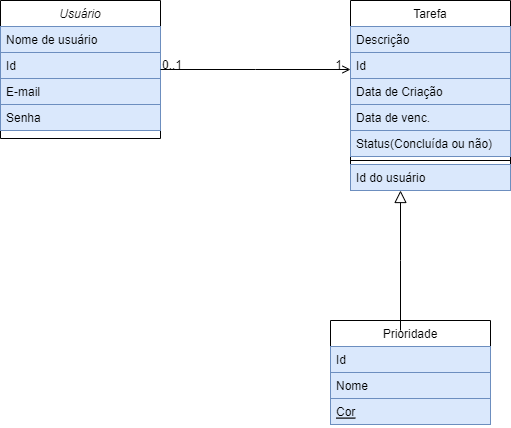
Kawanpacheco/POOunemat keeps this draw.io diagram as Diagrama da poo.drawio.png. Above is the earlier version. Source tidied: cells renumbered, new cells last; positions are measured from the earlier drawing's top-left corner, leaving out a move shared by most shapes.
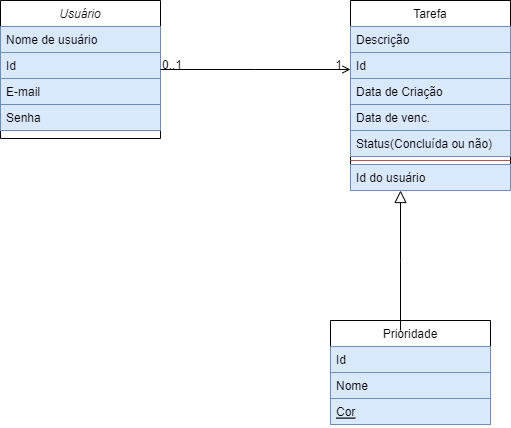
Above is the later version.

Change to the diagram source:
```diff
@@ -47,7 +47,7 @@
     <mxCell id="16" value="Status(Concluída ou não)" style="text;align=left;verticalAlign=top;spacingLeft=4;spacingRight=4;overflow=hidden;rounded=0;shadow=0;html=0;fillColor=#dae8fc;strokeColor=#6c8ebf;" parent="11" vertex="1">
       <mxGeometry y="130" width="160" height="26" as="geometry" />
     </mxCell>
-    <mxCell id="17" style="line;html=1;strokeWidth=1;align=left;verticalAlign=middle;spacingTop=-1;spacingLeft=3;spacingRight=3;labelPosition=right;" parent="11" vertex="1">
+    <mxCell id="17" style="line;html=1;strokeWidth=1;align=left;verticalAlign=middle;spacingTop=-1;spacingLeft=3;spacingRight=3;labelPosition=right;fillColor=#f8cecc;strokeColor=#b85450;" parent="11" vertex="1">
       <mxGeometry y="156" width="160" height="8" as="geometry" />
     </mxCell>
     <mxCell id="18" value="Id do usuário" style="text;align=left;verticalAlign=top;spacingLeft=4;spacingRight=4;overflow=hidden;fillColor=#dae8fc;strokeColor=#6c8ebf;" parent="11" vertex="1">
```
